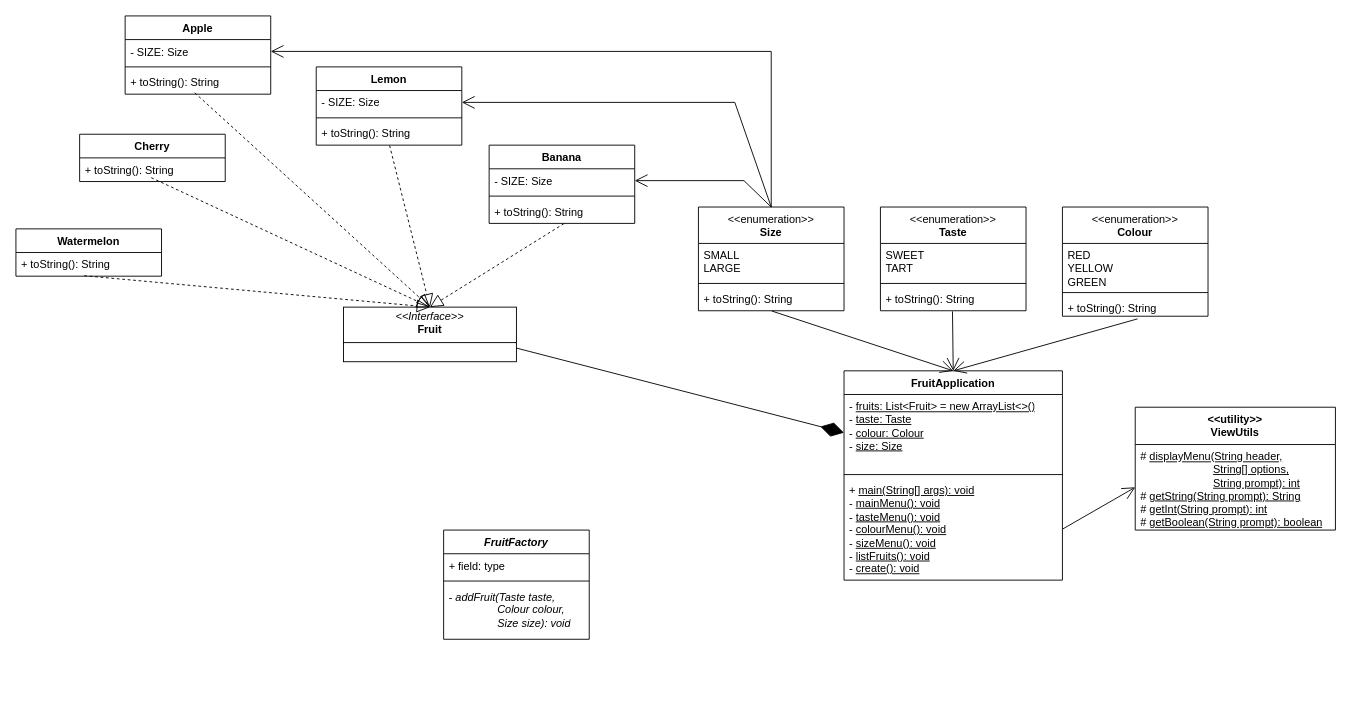
Before: soft2201w4v2.drawio in NguyenChHieu/graphs, a draw.io diagram. Source tidied: cells renumbered, new cells numbered last; positions are measured from the earlier drawing's top-left corner, leaving out a move shared by most shapes. Both pictures are drawn from the tidied source at 91%, with x=0, y=0 at pixel (15, 15).
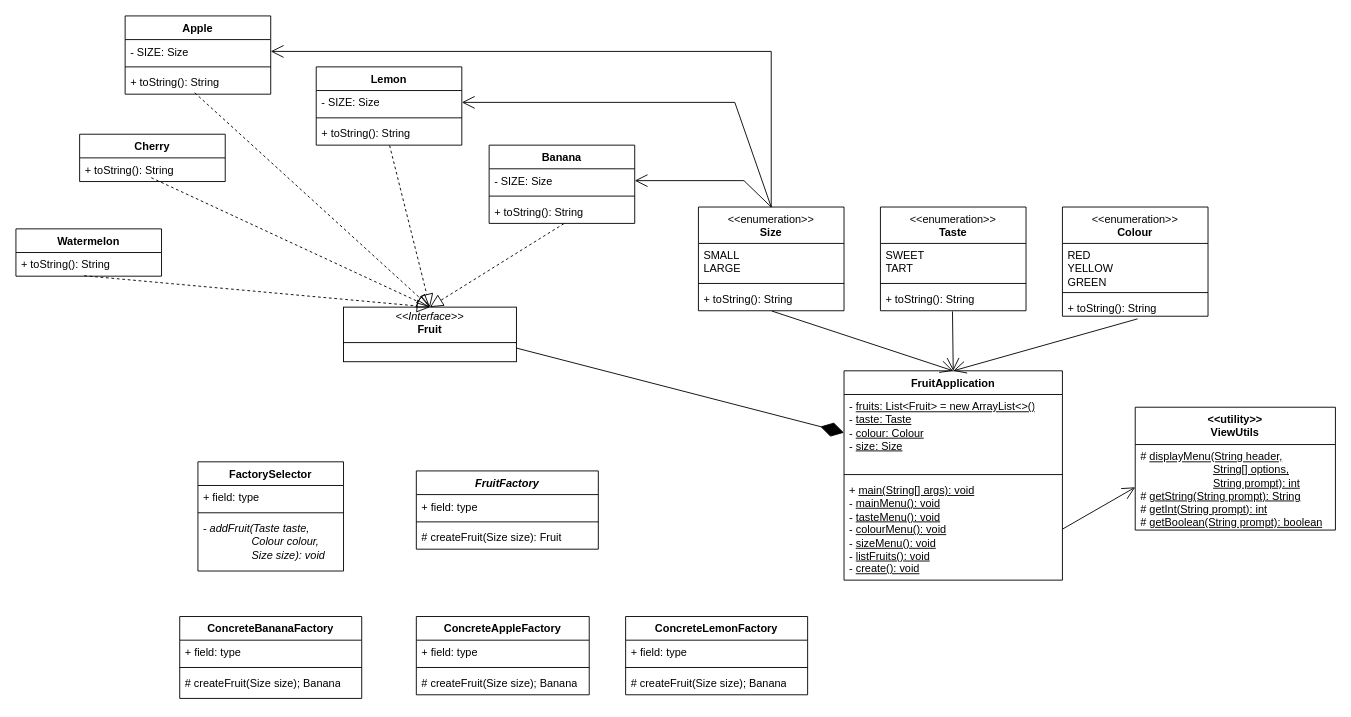
After the change.

Change to the diagram source:
```diff
@@
-    <mxCell id="50" value="&lt;i&gt;FruitFactory&lt;/i&gt;" style="swimlane;fontStyle=1;align=center;verticalAlign=top;horizontal=1;startSize=26;whiteSpace=wrap;html=1;" parent="1" vertex="1">
-      <mxGeometry x="470" y="565" width="160" height="120" as="geometry" />
-    </mxCell>
+    <mxCell id="54" value="ConcreteBananaFactory" style="swimlane;fontStyle=1;align=center;verticalAlign=top;horizontal=1;startSize=26;whiteSpace=wrap;html=1;" parent="1" vertex="1">
+      <mxGeometry x="180" y="660" width="200" height="90" as="geometry" />
+    </mxCell>
+    <mxCell id="55" value="+ field: type" style="text;strokeColor=none;fillColor=none;align=left;verticalAlign=top;spacingLeft=4;spacingRight=4;overflow=hidden;whiteSpace=wrap;html=1;" parent="54" vertex="1">
+      <mxGeometry y="26" width="200" height="26" as="geometry" />
+    </mxCell>
+    <mxCell id="56" style="line;strokeWidth=1;fillColor=none;align=left;verticalAlign=middle;spacingTop=-1;spacingLeft=3;spacingRight=3;labelPosition=right;strokeColor=inherit;" parent="54" vertex="1">
+      <mxGeometry y="52" width="200" height="8" as="geometry" />
+    </mxCell>
+    <mxCell id="57" value="# createFruit(Size size); Banana" style="text;strokeColor=none;fillColor=none;align=left;verticalAlign=top;spacingLeft=4;spacingRight=4;overflow=hidden;whiteSpace=wrap;html=1;" parent="54" vertex="1">
+      <mxGeometry y="60" width="200" height="30" as="geometry" />
+    </mxCell>
+    <mxCell id="58" value="ConcreteAppleFactory" style="swimlane;fontStyle=1;align=center;verticalAlign=top;horizontal=1;startSize=26;whiteSpace=wrap;html=1;" parent="1" vertex="1">
+      <mxGeometry x="440" y="660" width="190" height="86" as="geometry" />
+    </mxCell>
+    <mxCell id="59" value="+ field: type" style="text;strokeColor=none;fillColor=none;align=left;verticalAlign=top;spacingLeft=4;spacingRight=4;overflow=hidden;whiteSpace=wrap;html=1;" parent="58" vertex="1">
+      <mxGeometry y="26" width="190" height="26" as="geometry" />
+    </mxCell>
+    <mxCell id="60" style="line;strokeWidth=1;fillColor=none;align=left;verticalAlign=middle;spacingTop=-1;spacingLeft=3;spacingRight=3;labelPosition=right;strokeColor=inherit;" parent="58" vertex="1">
+      <mxGeometry y="52" width="190" height="8" as="geometry" />
+    </mxCell>
+    <mxCell id="61" value="# createFruit(Size size); Banana" style="text;strokeColor=none;fillColor=none;align=left;verticalAlign=top;spacingLeft=4;spacingRight=4;overflow=hidden;whiteSpace=wrap;html=1;" parent="58" vertex="1">
+      <mxGeometry y="60" width="190" height="26" as="geometry" />
+    </mxCell>
+    <mxCell id="62" value="ConcreteLemonFactory" style="swimlane;fontStyle=1;align=center;verticalAlign=top;horizontal=1;startSize=26;whiteSpace=wrap;html=1;" parent="1" vertex="1">
+      <mxGeometry x="670" y="660" width="200" height="86" as="geometry" />
+    </mxCell>
+    <mxCell id="63" value="+ field: type" style="text;strokeColor=none;fillColor=none;align=left;verticalAlign=top;spacingLeft=4;spacingRight=4;overflow=hidden;whiteSpace=wrap;html=1;" parent="62" vertex="1">
+      <mxGeometry y="26" width="200" height="26" as="geometry" />
+    </mxCell>
+    <mxCell id="64" style="line;strokeWidth=1;fillColor=none;align=left;verticalAlign=middle;spacingTop=-1;spacingLeft=3;spacingRight=3;labelPosition=right;strokeColor=inherit;" parent="62" vertex="1">
+      <mxGeometry y="52" width="200" height="8" as="geometry" />
+    </mxCell>
+    <mxCell id="65" value="# createFruit(Size size); Banana" style="text;strokeColor=none;fillColor=none;align=left;verticalAlign=top;spacingLeft=4;spacingRight=4;overflow=hidden;whiteSpace=wrap;html=1;" parent="62" vertex="1">
+      <mxGeometry y="60" width="200" height="26" as="geometry" />
+    </mxCell>
+    <mxCell id="66" value="&lt;b&gt;FactorySelector&lt;/b&gt;" style="swimlane;fontStyle=1;align=center;verticalAlign=top;horizontal=1;startSize=26;whiteSpace=wrap;html=1;" parent="1" vertex="1">
+      <mxGeometry x="200" y="490" width="160" height="120" as="geometry" />
+    </mxCell>
-    <mxCell id="51" value="+ field: type" style="text;strokeColor=none;fillColor=none;align=left;verticalAlign=top;spacingLeft=4;spacingRight=4;overflow=hidden;whiteSpace=wrap;html=1;" parent="50" vertex="1">
+    <mxCell id="51" value="+ field: type" style="text;strokeColor=none;fillColor=none;align=left;verticalAlign=top;spacingLeft=4;spacingRight=4;overflow=hidden;whiteSpace=wrap;html=1;" parent="66" vertex="1">
       <mxGeometry y="26" width="160" height="26" as="geometry" />
     </mxCell>
-    <mxCell id="52" style="line;strokeWidth=1;fillColor=none;align=left;verticalAlign=middle;spacingTop=-1;spacingLeft=3;spacingRight=3;labelPosition=right;strokeColor=inherit;" parent="50" vertex="1">
+    <mxCell id="52" style="line;strokeWidth=1;fillColor=none;align=left;verticalAlign=middle;spacingTop=-1;spacingLeft=3;spacingRight=3;labelPosition=right;strokeColor=inherit;" parent="66" vertex="1">
       <mxGeometry y="52" width="160" height="8" as="geometry" />
     </mxCell>
-    <mxCell id="53" value="&lt;div&gt;&lt;span style=&quot;background-color: initial;&quot;&gt;-&amp;nbsp;&lt;i&gt;addFruit(Taste taste,&amp;nbsp;&lt;/i&gt;&lt;/span&gt;&lt;/div&gt;&lt;div&gt;&lt;span style=&quot;background-color: initial;&quot;&gt;&lt;i&gt;&lt;span style=&quot;white-space: pre;&quot;&gt;&#9;&lt;/span&gt;&lt;span style=&quot;white-space: pre;&quot;&gt;&#9;&lt;/span&gt;Colour colour,&amp;nbsp;&lt;/i&gt;&lt;/span&gt;&lt;/div&gt;&lt;div&gt;&lt;span style=&quot;background-color: initial;&quot;&gt;&lt;i&gt;&lt;span style=&quot;white-space: pre;&quot;&gt;&#9;&lt;/span&gt;&lt;span style=&quot;white-space: pre;&quot;&gt;&#9;&lt;/span&gt;Size size): void&lt;/i&gt;&lt;/span&gt;&lt;/div&gt;" style="text;strokeColor=none;fillColor=none;align=left;verticalAlign=top;spacingLeft=4;spacingRight=4;overflow=hidden;whiteSpace=wrap;html=1;" parent="50" vertex="1">
+    <mxCell id="53" value="&lt;div&gt;&lt;span style=&quot;background-color: initial;&quot;&gt;-&amp;nbsp;&lt;i&gt;addFruit(Taste taste,&amp;nbsp;&lt;/i&gt;&lt;/span&gt;&lt;/div&gt;&lt;div&gt;&lt;span style=&quot;background-color: initial;&quot;&gt;&lt;i&gt;&lt;span style=&quot;white-space: pre;&quot;&gt;&#9;&lt;/span&gt;&lt;span style=&quot;white-space: pre;&quot;&gt;&#9;&lt;/span&gt;Colour colour,&amp;nbsp;&lt;/i&gt;&lt;/span&gt;&lt;/div&gt;&lt;div&gt;&lt;span style=&quot;background-color: initial;&quot;&gt;&lt;i&gt;&lt;span style=&quot;white-space: pre;&quot;&gt;&#9;&lt;/span&gt;&lt;span style=&quot;white-space: pre;&quot;&gt;&#9;&lt;/span&gt;Size size): void&lt;/i&gt;&lt;/span&gt;&lt;/div&gt;" style="text;strokeColor=none;fillColor=none;align=left;verticalAlign=top;spacingLeft=4;spacingRight=4;overflow=hidden;whiteSpace=wrap;html=1;" parent="66" vertex="1">
       <mxGeometry y="60" width="160" height="60" as="geometry" />
     </mxCell>
+    <mxCell id="50" value="&lt;i&gt;FruitFactory&lt;/i&gt;" style="swimlane;fontStyle=1;align=center;verticalAlign=top;horizontal=1;startSize=26;whiteSpace=wrap;html=1;" parent="1" vertex="1">
+      <mxGeometry x="440" y="500" width="200" height="86" as="geometry" />
+    </mxCell>
+    <mxCell id="67" value="+ field: type" style="text;strokeColor=none;fillColor=none;align=left;verticalAlign=top;spacingLeft=4;spacingRight=4;overflow=hidden;whiteSpace=wrap;html=1;" parent="50" vertex="1">
+      <mxGeometry y="26" width="200" height="26" as="geometry" />
+    </mxCell>
+    <mxCell id="68" style="line;strokeWidth=1;fillColor=none;align=left;verticalAlign=middle;spacingTop=-1;spacingLeft=3;spacingRight=3;labelPosition=right;strokeColor=inherit;" parent="50" vertex="1">
+      <mxGeometry y="52" width="200" height="8" as="geometry" />
+    </mxCell>
+    <mxCell id="69" value="# createFruit(Size size): Fruit" style="text;strokeColor=none;fillColor=none;align=left;verticalAlign=top;spacingLeft=4;spacingRight=4;overflow=hidden;whiteSpace=wrap;html=1;" parent="50" vertex="1">
+      <mxGeometry y="60" width="200" height="26" as="geometry" />
+    </mxCell>
```
